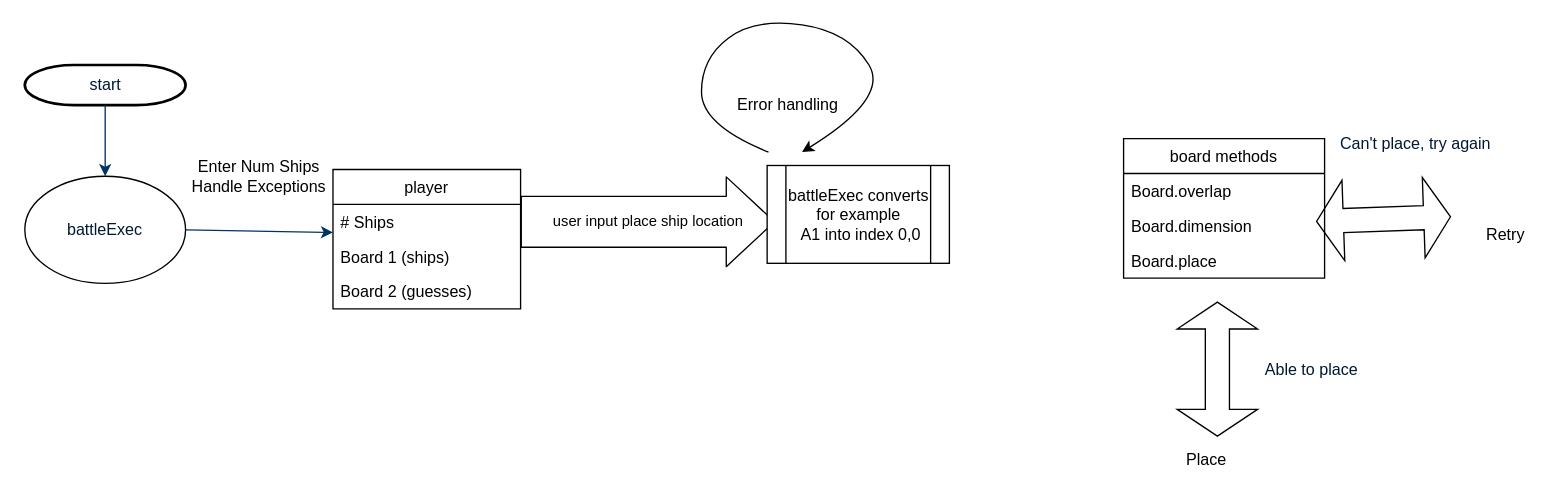
Before: 448BattleshipFlow.drawio in mefelsen/Battleship, a draw.io diagram. Source tidied: cells renumbered, new cells numbered last; positions are measured from the earlier drawing's top-left corner, leaving out a move shared by most shapes. Both pictures are drawn from the tidied source at 134%, with x=0, y=0 at pixel (24, 17).
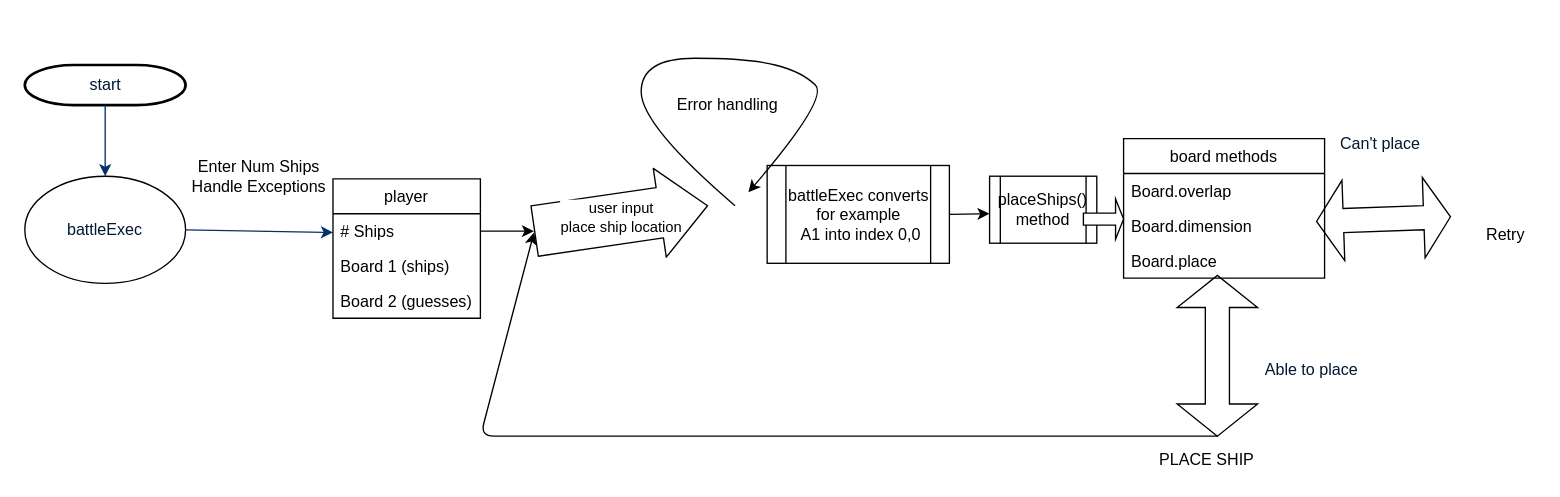
After the change.

The change refers to these unchanged cells:
```xml
<mxCell id="22" value="&lt;span style=&quot;text-align: left ; white-space: normal&quot;&gt;battleExec converts for example&lt;/span&gt;&lt;br style=&quot;text-align: left ; white-space: normal&quot;&gt;&lt;span style=&quot;text-align: left ; white-space: normal&quot;&gt;&amp;nbsp;A1 into index 0,0&lt;/span&gt;" style="shape=process;whiteSpace=wrap;html=1;backgroundOutline=1;" parent="1" vertex="1">
  <mxGeometry x="554" y="110" width="136" height="73" as="geometry" />
</mxCell>
```

What changed in the source:
```diff
@@
-    <mxCell id="5" value="Can't place, try again" style="text;fontColor=#001933;fontStyle=0;html=1;strokeColor=none;gradientColor=none;fillColor=none;strokeWidth=2;" parent="1" vertex="1">
-      <mxGeometry x="980" y="80" width="126" height="26" as="geometry" />
+    <mxCell id="5" value="Can't place" style="text;fontColor=#001933;fontStyle=0;html=1;strokeColor=none;gradientColor=none;fillColor=none;strokeWidth=2;" parent="1" vertex="1">
+      <mxGeometry x="980" y="80" width="70" height="26" as="geometry" />
     </mxCell>
@@
-    <mxCell id="9" value="user input place ship location" style="shape=flexArrow;endArrow=classic;html=1;endWidth=28;endSize=11.67;exitX=1;exitY=0.5;exitDx=0;exitDy=0;width=38;" parent="1" edge="1" source="11">
+    <mxCell id="9" value="user input &lt;br&gt;place ship location" style="shape=flexArrow;endArrow=classic;html=1;endWidth=28;endSize=11.67;width=38;" parent="1" edge="1">
       <mxGeometry relative="1" as="geometry">
-        <mxPoint x="560" y="152" as="targetPoint" />
+        <mxPoint x="380" y="159" as="sourcePoint" />
+        <mxPoint x="510" y="140" as="targetPoint" />
       </mxGeometry>
     </mxCell>
     <mxCell id="10" value="player" style="swimlane;fontStyle=0;horizontal=1;startSize=26;fillColor=none;" parent="1" vertex="1">
-      <mxGeometry x="230" y="113" width="140" height="104" as="geometry" />
+      <mxGeometry x="230" y="120" width="110" height="104" as="geometry" />
     </mxCell>
     <mxCell id="11" value="# Ships" style="text;strokeColor=none;fillColor=none;align=left;verticalAlign=top;spacingLeft=4;spacingRight=4;overflow=hidden;points=[[0,0.5],[1,0.5]];portConstraint=eastwest;" parent="10" vertex="1">
-      <mxGeometry y="26" width="140" height="26" as="geometry" />
+      <mxGeometry y="26" width="110" height="26" as="geometry" />
     </mxCell>
     <mxCell id="12" value="Board 1 (ships)" style="text;strokeColor=none;fillColor=none;align=left;verticalAlign=top;spacingLeft=4;spacingRight=4;overflow=hidden;" parent="10" vertex="1">
-      <mxGeometry y="52" width="140" height="26" as="geometry" />
+      <mxGeometry y="52" width="110" height="26" as="geometry" />
     </mxCell>
     <mxCell id="13" value="Board 2 (guesses)" style="text;strokeColor=none;fillColor=none;align=left;verticalAlign=top;spacingLeft=4;spacingRight=4;overflow=hidden;" parent="10" vertex="1">
-      <mxGeometry y="78" width="140" height="26" as="geometry" />
+      <mxGeometry y="78" width="110" height="26" as="geometry" />
     </mxCell>
-    <mxCell id="14" value="Place" style="text;html=1;align=left;verticalAlign=top;spacingTop=-4;" parent="1" vertex="1">
-      <mxGeometry x="865" y="320" width="50" height="20" as="geometry" />
+    <mxCell id="14" value="PLACE SHIP" style="text;html=1;align=left;verticalAlign=top;spacingTop=-4;" parent="1" vertex="1">
+      <mxGeometry x="845" y="320" width="90" height="20" as="geometry" />
     </mxCell>
     <mxCell id="15" style="shape=doubleArrow;whiteSpace=wrap;html=1;rotation=-90;" parent="1" vertex="1">
-      <mxGeometry x="840" y="232" width="100" height="60" as="geometry" />
+      <mxGeometry x="830" y="222" width="120" height="60" as="geometry" />
     </mxCell>
@@
     <mxCell id="17" value="Error handling" style="text;html=1;align=left;verticalAlign=top;spacingTop=-4;" parent="1" vertex="1">
-      <mxGeometry x="530" y="55" width="90" height="20" as="geometry" />
+      <mxGeometry x="485" y="55" width="90" height="20" as="geometry" />
     </mxCell>
@@
     <mxCell id="24" style="curved=1;endArrow=classic;html=1;" parent="1" edge="1">
       <mxGeometry relative="1" as="geometry">
-        <mxPoint x="555" y="100" as="sourcePoint" />
-        <mxPoint x="580" y="100" as="targetPoint" />
+        <mxPoint x="530" y="140" as="sourcePoint" />
+        <mxPoint x="540" y="130" as="targetPoint" />
         <Array as="points">
-          <mxPoint x="505" y="80" />
-          <mxPoint x="505" y="30" />
-          <mxPoint x="545" />
-          <mxPoint x="615" y="10" />
-          <mxPoint x="645" y="60" />
+          <mxPoint x="460" y="80" />
+          <mxPoint x="460" y="30" />
+          <mxPoint x="540" y="30" />
+          <mxPoint x="580" y="40" />
+          <mxPoint x="600" y="60" />
         </Array>
       </mxGeometry>
     </mxCell>
+    <mxCell id="25" style="endArrow=classic;html=1;exitX=1;exitY=0.5;exitDx=0;exitDy=0;" parent="1" edge="1" source="22">
+      <mxGeometry relative="1" as="geometry">
+        <mxPoint x="720" y="146" as="targetPoint" />
+      </mxGeometry>
+    </mxCell>
+    <mxCell id="26" value="placeShips()&lt;br&gt;method" style="shape=process;whiteSpace=wrap;html=1;backgroundOutline=1;" parent="1" vertex="1">
+      <mxGeometry x="720" y="118" width="80" height="50" as="geometry" />
+    </mxCell>
+    <mxCell id="27" style="endArrow=classic;html=1;exitX=0;exitY=0.5;exitDx=0;exitDy=0;exitPerimeter=0;" parent="1" edge="1" source="15">
+      <mxGeometry relative="1" as="geometry">
+        <mxPoint x="380" y="160" as="targetPoint" />
+        <Array as="points">
+          <mxPoint x="450" y="312" />
+          <mxPoint x="340" y="312" />
+        </Array>
+      </mxGeometry>
+    </mxCell>
+    <mxCell id="28" style="endArrow=classic;html=1;exitX=1;exitY=0.5;exitDx=0;exitDy=0;" parent="1" edge="1" source="11">
+      <mxGeometry relative="1" as="geometry">
+        <mxPoint x="380" y="159" as="targetPoint" />
+      </mxGeometry>
+    </mxCell>
+    <mxCell id="29" style="shape=singleArrow;whiteSpace=wrap;html=1;" parent="1" vertex="1">
+      <mxGeometry x="790" y="135" width="30" height="30" as="geometry" />
+    </mxCell>
```
